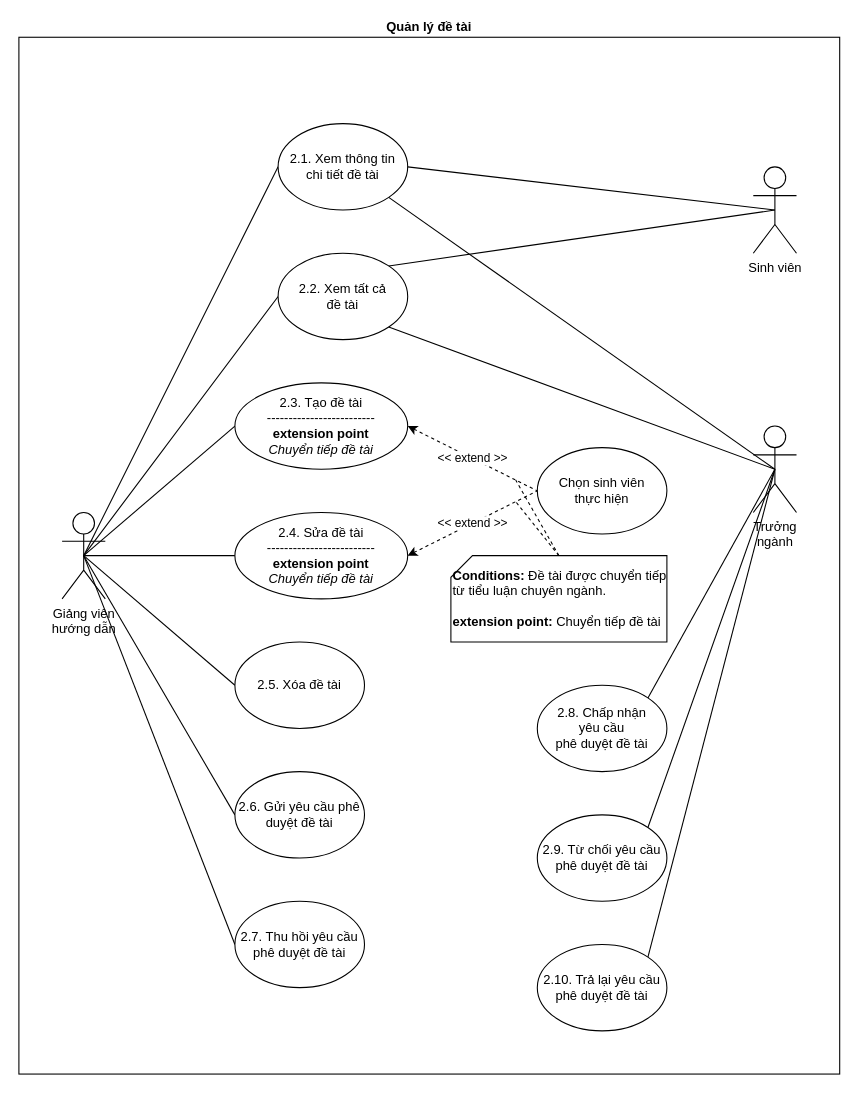
doonpy/grasis keeps this draw.io diagram as page "Quản lý đề tài" (2 of 13) of docs/diagrams/usecase.drawio. Above is the earlier version. Source tidied: cells renumbered, new cells numbered last; positions are measured from the earlier drawing's top-left corner, leaving out a move shared by most shapes. Both pictures are drawn from the tidied source at 108%, with x=0, y=0 at pixel (18, 37).
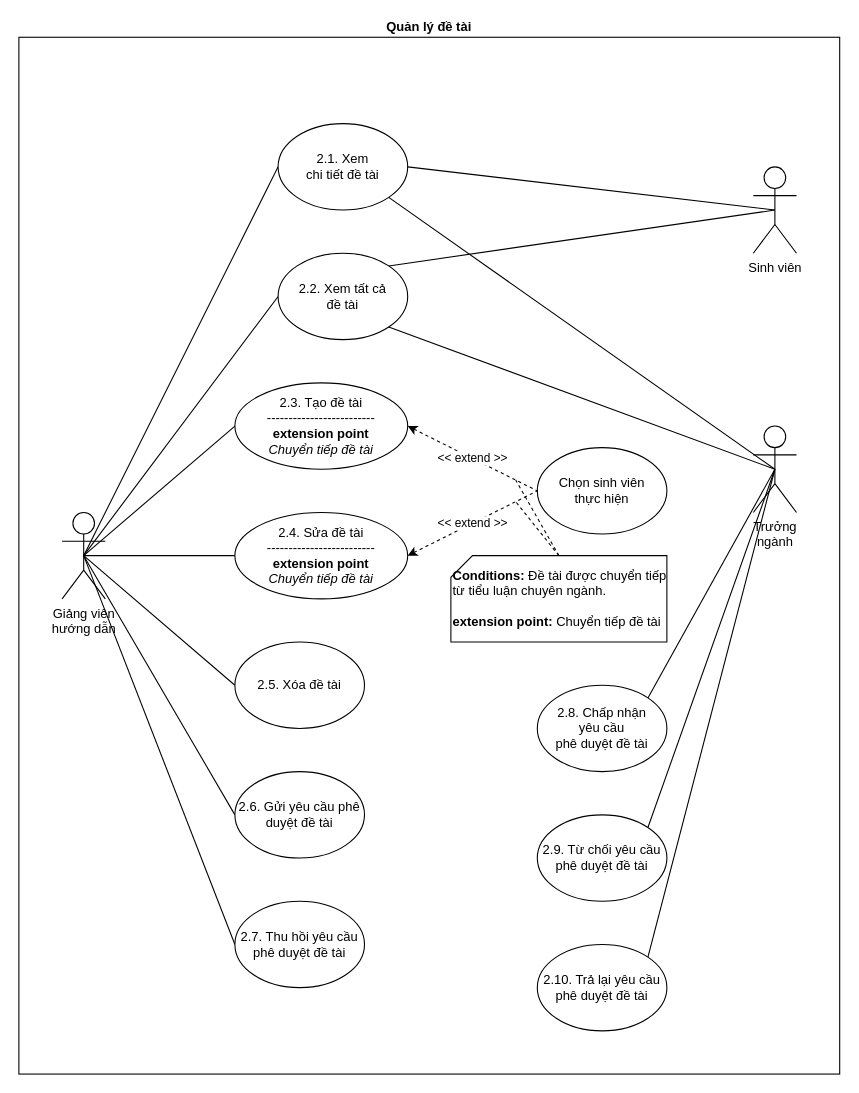
After the change.

Change to the diagram source:
```diff
@@
-    <mxCell id="21" value="2.1. Xem thông tin&lt;br&gt;chi tiết đề tài" style="ellipse;whiteSpace=wrap;html=1;" parent="1" vertex="1">
+    <mxCell id="21" value="2.1. Xem&lt;br&gt;chi tiết đề tài" style="ellipse;whiteSpace=wrap;html=1;" parent="1" vertex="1">
       <mxGeometry x="240" y="80" width="120" height="80" as="geometry" />
     </mxCell>
```
